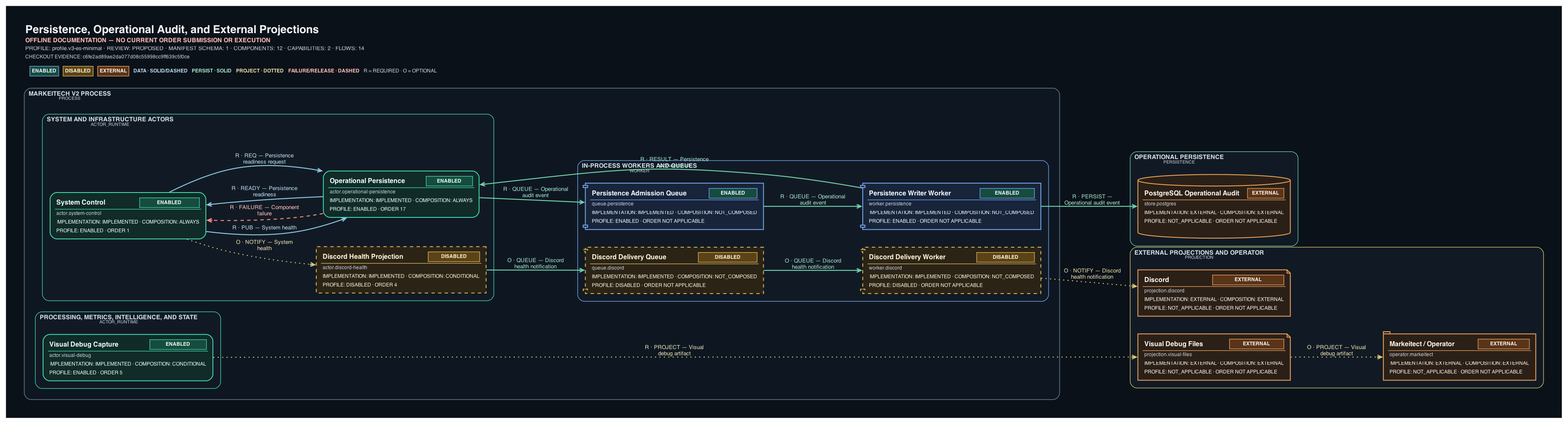
The Graphviz diagram docs/architecture/generated/system-dataflow/persistence-audit-projections.png in ShriekinNinja/Markeitech_V2, before a commit. Its source is kept beside it as docs/architecture/generated/system-dataflow/persistence-audit-projections.dot.
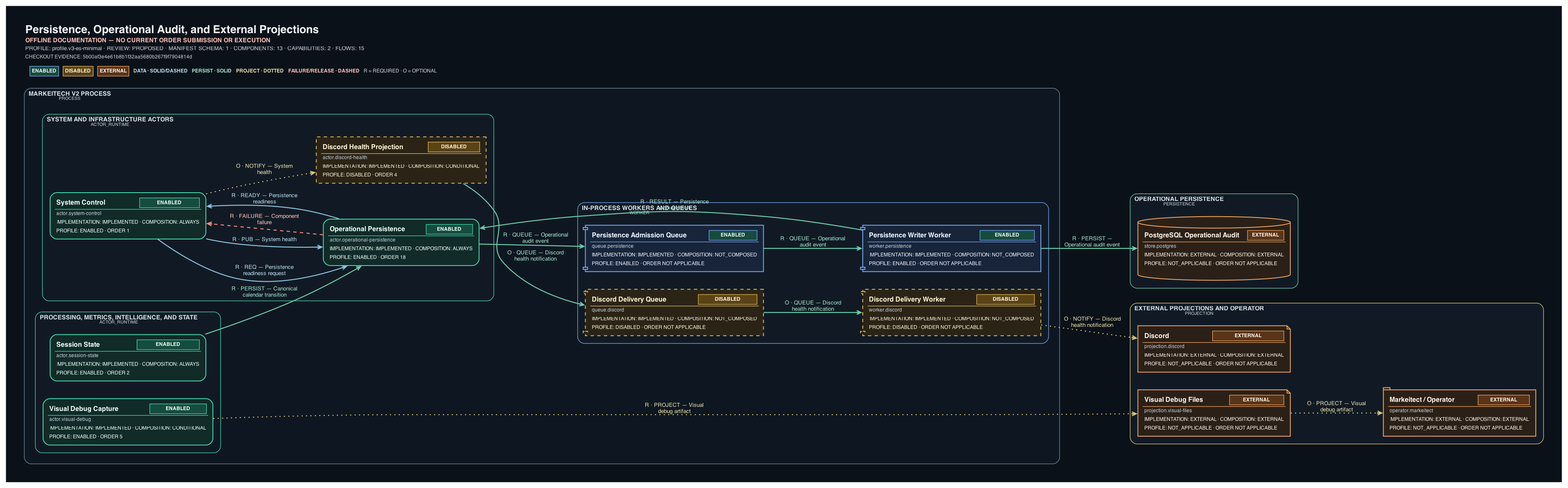
Later version of the same file.

Change to the diagram source:
```diff
@@ -1,5 +1,5 @@
 digraph "Persistence, Operational Audit, and External Projections" {
-	graph [bgcolor="#0B1118" fontcolor="#F2F6FA" fontname=Helvetica fontsize=18 forcelabels=true label=<<TABLE BORDER="0" CELLBORDER="0" CELLSPACING="0" CELLPADDING="2"><TR><TD ALIGN="LEFT"><FONT COLOR="#F2F6FA" POINT-SIZE="20"><B>Persistence, Operational Audit, and External Projections</B></FONT></TD></TR><TR><TD ALIGN="LEFT"><FONT COLOR="#FFC1BB" POINT-SIZE="11"><B>OFFLINE DOCUMENTATION &#8212; NO CURRENT ORDER SUBMISSION OR EXECUTION</B></FONT></TD></TR><TR><TD ALIGN="LEFT"><FONT COLOR="#C7D2DD" POINT-SIZE="10">PROFILE: profile.v3-es-minimal &#183; REVIEW: PROPOSED &#183; MANIFEST SCHEMA: 1 &#183; COMPONENTS: 12 &#183; CAPABILITIES: 2 &#183; FLOWS: 14</FONT></TD></TR><TR><TD ALIGN="LEFT"><FONT COLOR="#C7D2DD" POINT-SIZE="9">CHECKOUT EVIDENCE: c6fe2ad89ae2da077d08c55998cc9ff639c5f0ce</FONT></TD></TR><TR><TD ALIGN="LEFT"><TABLE BORDER="0" CELLBORDER="0" CELLSPACING="8" CELLPADDING="0"><TR><TD><TABLE BORDER="1" CELLBORDER="0" CELLSPACING="0" CELLPADDING="3" COLOR="#78A9F5" BGCOLOR="#164C3E"><TR><TD><FONT COLOR="#EEF5FF" POINT-SIZE="9"><B>ENABLED</B></FONT></TD></TR></TABLE></TD><TD><TABLE BORDER="1" CELLBORDER="0" CELLSPACING="0" CELLPADDING="3" COLOR="#E2B75C" BGCOLOR="#5B4316"><TR><TD><FONT COLOR="#FFF3D6" POINT-SIZE="9"><B>DISABLED</B></FONT></TD></TR></TABLE></TD><TD><TABLE BORDER="1" CELLBORDER="0" CELLSPACING="0" CELLPADDING="3" COLOR="#F0A45D" BGCOLOR="#5A3419"><TR><TD><FONT COLOR="#FFF4E8" POINT-SIZE="9"><B>EXTERNAL</B></FONT></TD></TR></TABLE></TD><TD><FONT COLOR="#B9DDF0" POINT-SIZE="9"><B>DATA · SOLID/DASHED</B></FONT></TD><TD><FONT COLOR="#A5E3CD" POINT-SIZE="9"><B>PERSIST · SOLID</B></FONT></TD><TD><FONT COLOR="#E8DFAF" POINT-SIZE="9"><B>PROJECT · DOTTED</B></FONT></TD><TD><FONT COLOR="#FFC1BB" POINT-SIZE="9"><B>FAILURE/RELEASE · DASHED</B></FONT></TD><TD><FONT COLOR="#C7D2DD" POINT-SIZE="9">R = REQUIRED &#183; O = OPTIONAL</FONT></TD></TR></TABLE></TD></TR></TABLE>> labeljust=l labelloc=t margin=0.15 nodesep=0.45 outputorder=edgesfirst overlap=false pack=true packmode="graph" pad=0.35 rankdir=LR ranksep=0.85 splines=spline]
+	graph [bgcolor="#0B1118" fontcolor="#F2F6FA" fontname=Helvetica fontsize=18 forcelabels=true label=<<TABLE BORDER="0" CELLBORDER="0" CELLSPACING="0" CELLPADDING="2"><TR><TD ALIGN="LEFT"><FONT COLOR="#F2F6FA" POINT-SIZE="20"><B>Persistence, Operational Audit, and External Projections</B></FONT></TD></TR><TR><TD ALIGN="LEFT"><FONT COLOR="#FFC1BB" POINT-SIZE="11"><B>OFFLINE DOCUMENTATION &#8212; NO CURRENT ORDER SUBMISSION OR EXECUTION</B></FONT></TD></TR><TR><TD ALIGN="LEFT"><FONT COLOR="#C7D2DD" POINT-SIZE="10">PROFILE: profile.v3-es-minimal &#183; REVIEW: PROPOSED &#183; MANIFEST SCHEMA: 1 &#183; COMPONENTS: 13 &#183; CAPABILITIES: 2 &#183; FLOWS: 15</FONT></TD></TR><TR><TD ALIGN="LEFT"><FONT COLOR="#C7D2DD" POINT-SIZE="9">CHECKOUT EVIDENCE: 5b00af3e4e61b8b1f32aa5680b267f9f7904814d</FONT></TD></TR><TR><TD ALIGN="LEFT"><TABLE BORDER="0" CELLBORDER="0" CELLSPACING="8" CELLPADDING="0"><TR><TD><TABLE BORDER="1" CELLBORDER="0" CELLSPACING="0" CELLPADDING="3" COLOR="#78A9F5" BGCOLOR="#164C3E"><TR><TD><FONT COLOR="#EEF5FF" POINT-SIZE="9"><B>ENABLED</B></FONT></TD></TR></TABLE></TD><TD><TABLE BORDER="1" CELLBORDER="0" CELLSPACING="0" CELLPADDING="3" COLOR="#E2B75C" BGCOLOR="#5B4316"><TR><TD><FONT COLOR="#FFF3D6" POINT-SIZE="9"><B>DISABLED</B></FONT></TD></TR></TABLE></TD><TD><TABLE BORDER="1" CELLBORDER="0" CELLSPACING="0" CELLPADDING="3" COLOR="#F0A45D" BGCOLOR="#5A3419"><TR><TD><FONT COLOR="#FFF4E8" POINT-SIZE="9"><B>EXTERNAL</B></FONT></TD></TR></TABLE></TD><TD><FONT COLOR="#B9DDF0" POINT-SIZE="9"><B>DATA · SOLID/DASHED</B></FONT></TD><TD><FONT COLOR="#A5E3CD" POINT-SIZE="9"><B>PERSIST · SOLID</B></FONT></TD><TD><FONT COLOR="#E8DFAF" POINT-SIZE="9"><B>PROJECT · DOTTED</B></FONT></TD><TD><FONT COLOR="#FFC1BB" POINT-SIZE="9"><B>FAILURE/RELEASE · DASHED</B></FONT></TD><TD><FONT COLOR="#C7D2DD" POINT-SIZE="9">R = REQUIRED &#183; O = OPTIONAL</FONT></TD></TR></TABLE></TD></TR></TABLE>> labeljust=l labelloc=t margin=0.15 nodesep=0.45 outputorder=edgesfirst overlap=false pack=true packmode="graph" pad=0.35 rankdir=LR ranksep=0.85 splines=spline]
 	node [fixedsize=false fontcolor="#F4F7FA" fontname=Helvetica fontsize=10 height=0.9 imagescale=true labelloc=b margin="0.12,0.08" shape=box style=rounded width=2.2]
 	edge [arrowsize=0.8 color="#8DC5E3" fontcolor="#B9DDF0" fontname=Helvetica fontsize=9]
 	subgraph "cluster_Operational persistence" {
@@ -10,12 +10,13 @@
 		graph [bgcolor="#0E1721" color="#566B7D" fontcolor="#D6E2EA" fontname=Helvetica fontsize=11 id="boundary.process" label=<<FONT COLOR="#D6E2EA" POINT-SIZE="11"><B>MARKEITECH V2 PROCESS</B></FONT><BR ALIGN="LEFT"/><FONT COLOR="#C7D2DD" POINT-SIZE="8">PROCESS</FONT>> labeljust=l margin=20 pencolor="#566B7D" penwidth=1.4 rankdir=LR shape=box style=rounded]
 		subgraph "cluster_Processing, metrics, intelligence, and state" {
 			graph [bgcolor="#111A24" color="#43D9AE" fontcolor="#D6E2EA" fontname=Helvetica fontsize=11 id="boundary.intelligence" label=<<FONT COLOR="#D6E2EA" POINT-SIZE="11"><B>PROCESSING, METRICS, INTELLIGENCE, AND STATE</B></FONT><BR ALIGN="LEFT"/><FONT COLOR="#C7D2DD" POINT-SIZE="8">ACTOR_RUNTIME</FONT>> labeljust=l margin=14 pencolor="#43D9AE" penwidth=1.0 rankdir=LR shape=box style=rounded]
+			"actor.session-state" [label=<<TABLE BORDER="0" CELLBORDER="0" CELLSPACING="0" CELLPADDING="3"><TR><TD ALIGN="LEFT"><FONT COLOR="#ECFFF8" POINT-SIZE="12"><B>Session State</B></FONT></TD><TD ALIGN="RIGHT"><TABLE BORDER="1" CELLBORDER="0" CELLSPACING="0" CELLPADDING="3" COLOR="#43D9AE" BGCOLOR="#164C3E"><TR><TD><FONT COLOR="#ECFFF8" POINT-SIZE="9"><B>ENABLED</B></FONT></TD></TR></TABLE></TD></TR><HR/><TR><TD COLSPAN="2" ALIGN="LEFT"><FONT COLOR="#C7D2DD" POINT-SIZE="9">actor.session-state</FONT></TD></TR><TR><TD COLSPAN="2" ALIGN="LEFT"><FONT COLOR="#ECFFF8" POINT-SIZE="9">IMPLEMENTATION: IMPLEMENTED &#183; COMPOSITION: ALWAYS</FONT></TD></TR><TR><TD COLSPAN="2" ALIGN="LEFT"><FONT COLOR="#ECFFF8" POINT-SIZE="9">PROFILE: ENABLED &#183; ORDER 2</FONT></TD></TR></TABLE>> color="#43D9AE" fillcolor="#102B28" fixedsize=false fontcolor="#ECFFF8" group="boundary.intelligence" height=0.82 id="actor.session-state" labelloc=c margin="0.12,0.09" penwidth=1.5 shape=box style="rounded,filled" tooltip="actor.session-state" width=2.7]
 			"actor.visual-debug" [label=<<TABLE BORDER="0" CELLBORDER="0" CELLSPACING="0" CELLPADDING="3"><TR><TD ALIGN="LEFT"><FONT COLOR="#ECFFF8" POINT-SIZE="12"><B>Visual Debug Capture</B></FONT></TD><TD ALIGN="RIGHT"><TABLE BORDER="1" CELLBORDER="0" CELLSPACING="0" CELLPADDING="3" COLOR="#43D9AE" BGCOLOR="#164C3E"><TR><TD><FONT COLOR="#ECFFF8" POINT-SIZE="9"><B>ENABLED</B></FONT></TD></TR></TABLE></TD></TR><HR/><TR><TD COLSPAN="2" ALIGN="LEFT"><FONT COLOR="#C7D2DD" POINT-SIZE="9">actor.visual-debug</FONT></TD></TR><TR><TD COLSPAN="2" ALIGN="LEFT"><FONT COLOR="#ECFFF8" POINT-SIZE="9">IMPLEMENTATION: IMPLEMENTED &#183; COMPOSITION: CONDITIONAL</FONT></TD></TR><TR><TD COLSPAN="2" ALIGN="LEFT"><FONT COLOR="#ECFFF8" POINT-SIZE="9">PROFILE: ENABLED &#183; ORDER 5</FONT></TD></TR></TABLE>> color="#43D9AE" fillcolor="#102B28" fixedsize=false fontcolor="#ECFFF8" group="boundary.intelligence" height=0.82 id="actor.visual-debug" labelloc=c margin="0.12,0.09" penwidth=1.5 shape=box style="rounded,filled" tooltip="actor.visual-debug" width=2.7]
 		}
 		subgraph "cluster_System and infrastructure actors" {
 			graph [bgcolor="#111A24" color="#43D9AE" fontcolor="#D6E2EA" fontname=Helvetica fontsize=11 id="boundary.system" label=<<FONT COLOR="#D6E2EA" POINT-SIZE="11"><B>SYSTEM AND INFRASTRUCTURE ACTORS</B></FONT><BR ALIGN="LEFT"/><FONT COLOR="#C7D2DD" POINT-SIZE="8">ACTOR_RUNTIME</FONT>> labeljust=l margin=14 pencolor="#43D9AE" penwidth=1.0 rankdir=LR shape=box style=rounded]
 			"actor.discord-health" [label=<<TABLE BORDER="0" CELLBORDER="0" CELLSPACING="0" CELLPADDING="3"><TR><TD ALIGN="LEFT"><FONT COLOR="#FFF3D6" POINT-SIZE="12"><B>Discord Health Projection</B></FONT></TD><TD ALIGN="RIGHT"><TABLE BORDER="1" CELLBORDER="0" CELLSPACING="0" CELLPADDING="3" COLOR="#E2B75C" BGCOLOR="#5B4316"><TR><TD><FONT COLOR="#FFF3D6" POINT-SIZE="9"><B>DISABLED</B></FONT></TD></TR></TABLE></TD></TR><HR/><TR><TD COLSPAN="2" ALIGN="LEFT"><FONT COLOR="#C7D2DD" POINT-SIZE="9">actor.discord-health</FONT></TD></TR><TR><TD COLSPAN="2" ALIGN="LEFT"><FONT COLOR="#FFF3D6" POINT-SIZE="9">IMPLEMENTATION: IMPLEMENTED &#183; COMPOSITION: CONDITIONAL</FONT></TD></TR><TR><TD COLSPAN="2" ALIGN="LEFT"><FONT COLOR="#FFF3D6" POINT-SIZE="9">PROFILE: DISABLED &#183; ORDER 4</FONT></TD></TR></TABLE>> color="#E2B75C" fillcolor="#2B2416" fixedsize=false fontcolor="#FFF3D6" group="boundary.system" height=0.82 id="actor.discord-health" labelloc=c margin="0.12,0.09" penwidth=1.5 shape=box style="dashed,filled" tooltip="actor.discord-health" width=2.7]
-			"actor.operational-persistence" [label=<<TABLE BORDER="0" CELLBORDER="0" CELLSPACING="0" CELLPADDING="3"><TR><TD ALIGN="LEFT"><FONT COLOR="#ECFFF8" POINT-SIZE="12"><B>Operational Persistence</B></FONT></TD><TD ALIGN="RIGHT"><TABLE BORDER="1" CELLBORDER="0" CELLSPACING="0" CELLPADDING="3" COLOR="#43D9AE" BGCOLOR="#164C3E"><TR><TD><FONT COLOR="#ECFFF8" POINT-SIZE="9"><B>ENABLED</B></FONT></TD></TR></TABLE></TD></TR><HR/><TR><TD COLSPAN="2" ALIGN="LEFT"><FONT COLOR="#C7D2DD" POINT-SIZE="9">actor.operational-persistence</FONT></TD></TR><TR><TD COLSPAN="2" ALIGN="LEFT"><FONT COLOR="#ECFFF8" POINT-SIZE="9">IMPLEMENTATION: IMPLEMENTED &#183; COMPOSITION: ALWAYS</FONT></TD></TR><TR><TD COLSPAN="2" ALIGN="LEFT"><FONT COLOR="#ECFFF8" POINT-SIZE="9">PROFILE: ENABLED &#183; ORDER 17</FONT></TD></TR></TABLE>> color="#43D9AE" fillcolor="#102B28" fixedsize=false fontcolor="#ECFFF8" group="boundary.system" height=0.82 id="actor.operational-persistence" labelloc=c margin="0.12,0.09" penwidth=1.5 shape=box style="rounded,filled" tooltip="actor.operational-persistence" width=2.7]
+			"actor.operational-persistence" [label=<<TABLE BORDER="0" CELLBORDER="0" CELLSPACING="0" CELLPADDING="3"><TR><TD ALIGN="LEFT"><FONT COLOR="#ECFFF8" POINT-SIZE="12"><B>Operational Persistence</B></FONT></TD><TD ALIGN="RIGHT"><TABLE BORDER="1" CELLBORDER="0" CELLSPACING="0" CELLPADDING="3" COLOR="#43D9AE" BGCOLOR="#164C3E"><TR><TD><FONT COLOR="#ECFFF8" POINT-SIZE="9"><B>ENABLED</B></FONT></TD></TR></TABLE></TD></TR><HR/><TR><TD COLSPAN="2" ALIGN="LEFT"><FONT COLOR="#C7D2DD" POINT-SIZE="9">actor.operational-persistence</FONT></TD></TR><TR><TD COLSPAN="2" ALIGN="LEFT"><FONT COLOR="#ECFFF8" POINT-SIZE="9">IMPLEMENTATION: IMPLEMENTED &#183; COMPOSITION: ALWAYS</FONT></TD></TR><TR><TD COLSPAN="2" ALIGN="LEFT"><FONT COLOR="#ECFFF8" POINT-SIZE="9">PROFILE: ENABLED &#183; ORDER 18</FONT></TD></TR></TABLE>> color="#43D9AE" fillcolor="#102B28" fixedsize=false fontcolor="#ECFFF8" group="boundary.system" height=0.82 id="actor.operational-persistence" labelloc=c margin="0.12,0.09" penwidth=1.5 shape=box style="rounded,filled" tooltip="actor.operational-persistence" width=2.7]
 			"actor.system-control" [label=<<TABLE BORDER="0" CELLBORDER="0" CELLSPACING="0" CELLPADDING="3"><TR><TD ALIGN="LEFT"><FONT COLOR="#ECFFF8" POINT-SIZE="12"><B>System Control</B></FONT></TD><TD ALIGN="RIGHT"><TABLE BORDER="1" CELLBORDER="0" CELLSPACING="0" CELLPADDING="3" COLOR="#43D9AE" BGCOLOR="#164C3E"><TR><TD><FONT COLOR="#ECFFF8" POINT-SIZE="9"><B>ENABLED</B></FONT></TD></TR></TABLE></TD></TR><HR/><TR><TD COLSPAN="2" ALIGN="LEFT"><FONT COLOR="#C7D2DD" POINT-SIZE="9">actor.system-control</FONT></TD></TR><TR><TD COLSPAN="2" ALIGN="LEFT"><FONT COLOR="#ECFFF8" POINT-SIZE="9">IMPLEMENTATION: IMPLEMENTED &#183; COMPOSITION: ALWAYS</FONT></TD></TR><TR><TD COLSPAN="2" ALIGN="LEFT"><FONT COLOR="#ECFFF8" POINT-SIZE="9">PROFILE: ENABLED &#183; ORDER 1</FONT></TD></TR></TABLE>> color="#43D9AE" fillcolor="#102B28" fixedsize=false fontcolor="#ECFFF8" group="boundary.system" height=0.82 id="actor.system-control" labelloc=c margin="0.12,0.09" penwidth=1.5 shape=box style="rounded,filled" tooltip="actor.system-control" width=2.7]
 		}
 		subgraph "cluster_In-process workers and queues" {
@@ -32,6 +33,7 @@
 		"projection.discord" [label=<<TABLE BORDER="0" CELLBORDER="0" CELLSPACING="0" CELLPADDING="3"><TR><TD ALIGN="LEFT"><FONT COLOR="#FFF4E8" POINT-SIZE="12"><B>Discord</B></FONT></TD><TD ALIGN="RIGHT"><TABLE BORDER="1" CELLBORDER="0" CELLSPACING="0" CELLPADDING="3" COLOR="#F0A45D" BGCOLOR="#5A3419"><TR><TD><FONT COLOR="#FFF4E8" POINT-SIZE="9"><B>EXTERNAL</B></FONT></TD></TR></TABLE></TD></TR><HR/><TR><TD COLSPAN="2" ALIGN="LEFT"><FONT COLOR="#C7D2DD" POINT-SIZE="9">projection.discord</FONT></TD></TR><TR><TD COLSPAN="2" ALIGN="LEFT"><FONT COLOR="#FFF4E8" POINT-SIZE="9">IMPLEMENTATION: EXTERNAL &#183; COMPOSITION: EXTERNAL</FONT></TD></TR><TR><TD COLSPAN="2" ALIGN="LEFT"><FONT COLOR="#FFF4E8" POINT-SIZE="9">PROFILE: NOT_APPLICABLE &#183; ORDER NOT APPLICABLE</FONT></TD></TR></TABLE>> color="#F0A45D" fillcolor="#2B2017" fixedsize=false fontcolor="#FFF4E8" group="boundary.projections" height=0.82 id="projection.discord" labelloc=c margin="0.12,0.09" penwidth=1.5 shape=note style="rounded,filled" tooltip="projection.discord" width=2.7]
 		"projection.visual-files" [label=<<TABLE BORDER="0" CELLBORDER="0" CELLSPACING="0" CELLPADDING="3"><TR><TD ALIGN="LEFT"><FONT COLOR="#FFF4E8" POINT-SIZE="12"><B>Visual Debug Files</B></FONT></TD><TD ALIGN="RIGHT"><TABLE BORDER="1" CELLBORDER="0" CELLSPACING="0" CELLPADDING="3" COLOR="#F0A45D" BGCOLOR="#5A3419"><TR><TD><FONT COLOR="#FFF4E8" POINT-SIZE="9"><B>EXTERNAL</B></FONT></TD></TR></TABLE></TD></TR><HR/><TR><TD COLSPAN="2" ALIGN="LEFT"><FONT COLOR="#C7D2DD" POINT-SIZE="9">projection.visual-files</FONT></TD></TR><TR><TD COLSPAN="2" ALIGN="LEFT"><FONT COLOR="#FFF4E8" POINT-SIZE="9">IMPLEMENTATION: EXTERNAL &#183; COMPOSITION: EXTERNAL</FONT></TD></TR><TR><TD COLSPAN="2" ALIGN="LEFT"><FONT COLOR="#FFF4E8" POINT-SIZE="9">PROFILE: NOT_APPLICABLE &#183; ORDER NOT APPLICABLE</FONT></TD></TR></TABLE>> color="#F0A45D" fillcolor="#2B2017" fixedsize=false fontcolor="#FFF4E8" group="boundary.projections" height=0.82 id="projection.visual-files" labelloc=c margin="0.12,0.09" penwidth=1.5 shape=note style="rounded,filled" tooltip="projection.visual-files" width=2.7]
 	}
+	"actor.session-state" -> "actor.operational-persistence" [label=<<font point-size="10">R · PERSIST — Canonical<br/>calendar transition</font>> arrowhead=vee color="#6FD0AC" dir=forward fontcolor="#A5E3CD" fontname="Sans-Serif" fontsize=13 id="edge.calendar-transition-persistence" penwidth=1.7 style=solid tooltip="edge.calendar-transition-persistence"]
 	"worker.discord" -> "projection.discord" [label=<<font point-size="10">O · NOTIFY — Discord<br/>health notification</font>> arrowhead=vee color="#D7C77B" dir=forward fontcolor="#E8DFAF" fontname="Sans-Serif" fontsize=13 id="edge.discord-external" penwidth=1.7 style=dotted tooltip="edge.discord-external"]
 	"actor.discord-health" -> "queue.discord" [label=<<font point-size="10">O · QUEUE — Discord<br/>health notification</font>> arrowhead=vee color="#6FD0AC" dir=forward fontcolor="#A5E3CD" fontname="Sans-Serif" fontsize=13 id="edge.discord-queue" penwidth=1.7 style=solid tooltip="edge.discord-queue"]
 	"queue.discord" -> "worker.discord" [label=<<font point-size="10">O · QUEUE — Discord<br/>health notification</font>> arrowhead=vee color="#6FD0AC" dir=forward fontcolor="#A5E3CD" fontname="Sans-Serif" fontsize=13 id="edge.discord-worker" penwidth=1.7 style=solid tooltip="edge.discord-worker"]
```
